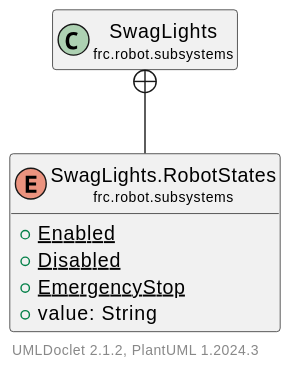
Earlier version of the PlantUML export docs/uml/frc/robot/subsystems/SwagLights.RobotStates.svg (LakotaRobotics1038/2026RobotProject). Source of this version:
```plantuml
@startuml
    set namespaceSeparator none
    hide empty fields
    hide empty methods

    enum "<size:14>SwagLights.RobotStates\n<size:10>frc.robot.subsystems" as frc.robot.subsystems.SwagLights.RobotStates [[SwagLights.RobotStates.html]] {
        {static} +Enabled
        {static} +Disabled
        {static} +EmergencyStop
        +value: String
    }

    class "<size:14>SwagLights\n<size:10>frc.robot.subsystems" as frc.robot.subsystems.SwagLights [[SwagLights.html]]

    frc.robot.subsystems.SwagLights +-- frc.robot.subsystems.SwagLights.RobotStates
    center footer UMLDoclet 2.1.2, PlantUML %version()
@enduml
```
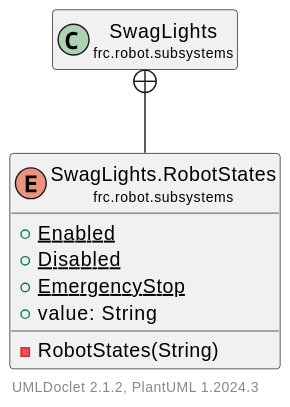
After the commit.

The edit, as a diff of the source:
```diff
@@ -8,6 +8,7 @@
         {static} +Disabled
         {static} +EmergencyStop
         +value: String
+        -RobotStates(String)
     }
 
     class "<size:14>SwagLights\n<size:10>frc.robot.subsystems" as frc.robot.subsystems.SwagLights [[SwagLights.html]]
```
